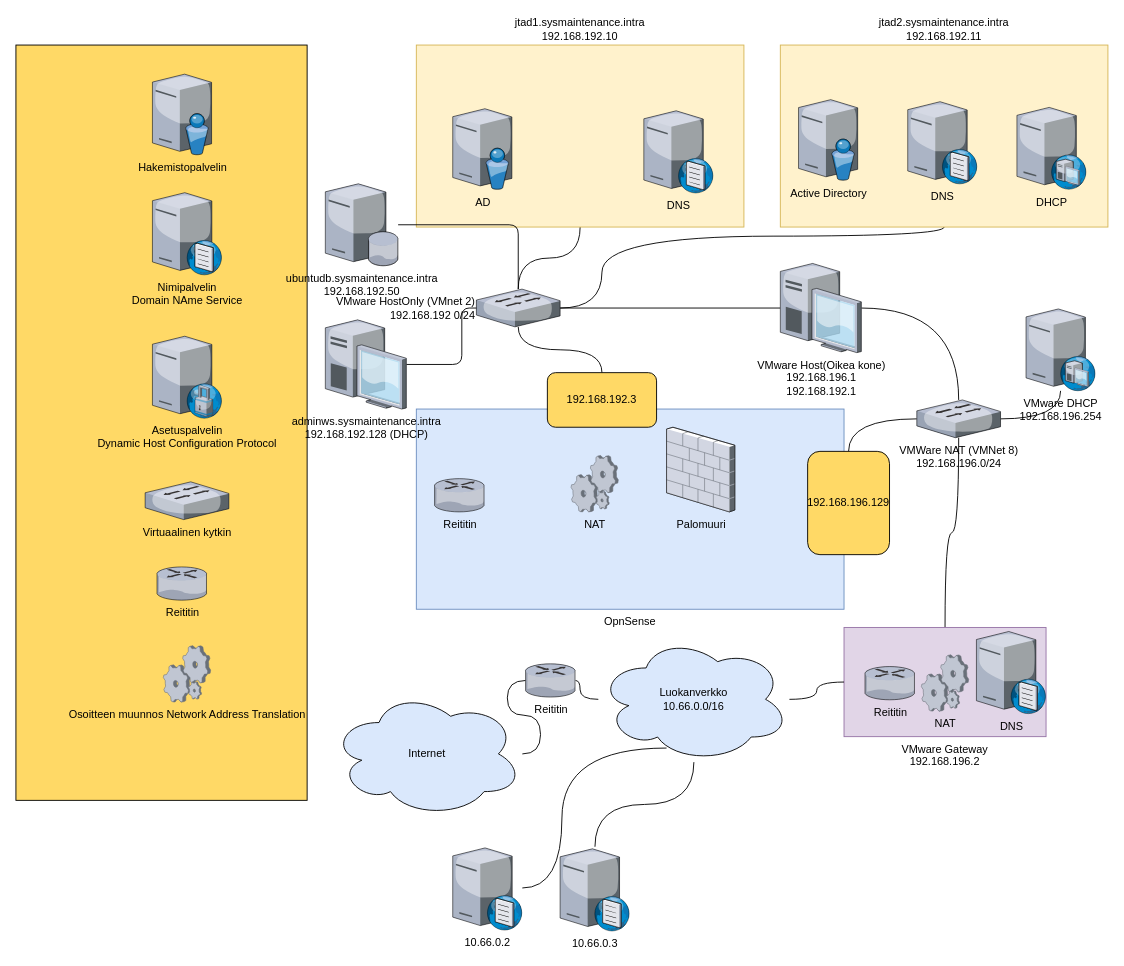
This is docs/pictures/Luokanverkko.drawio from TeroTuominen/Jtuki, a draw.io file, before an edit. Source tidied: cells renumbered, new cells numbered last; positions are measured from the earlier drawing's top-left corner, leaving out a move shared by most shapes. Both pictures are drawn from the tidied source at 91%, with x=0, y=0 at pixel (15, 45).
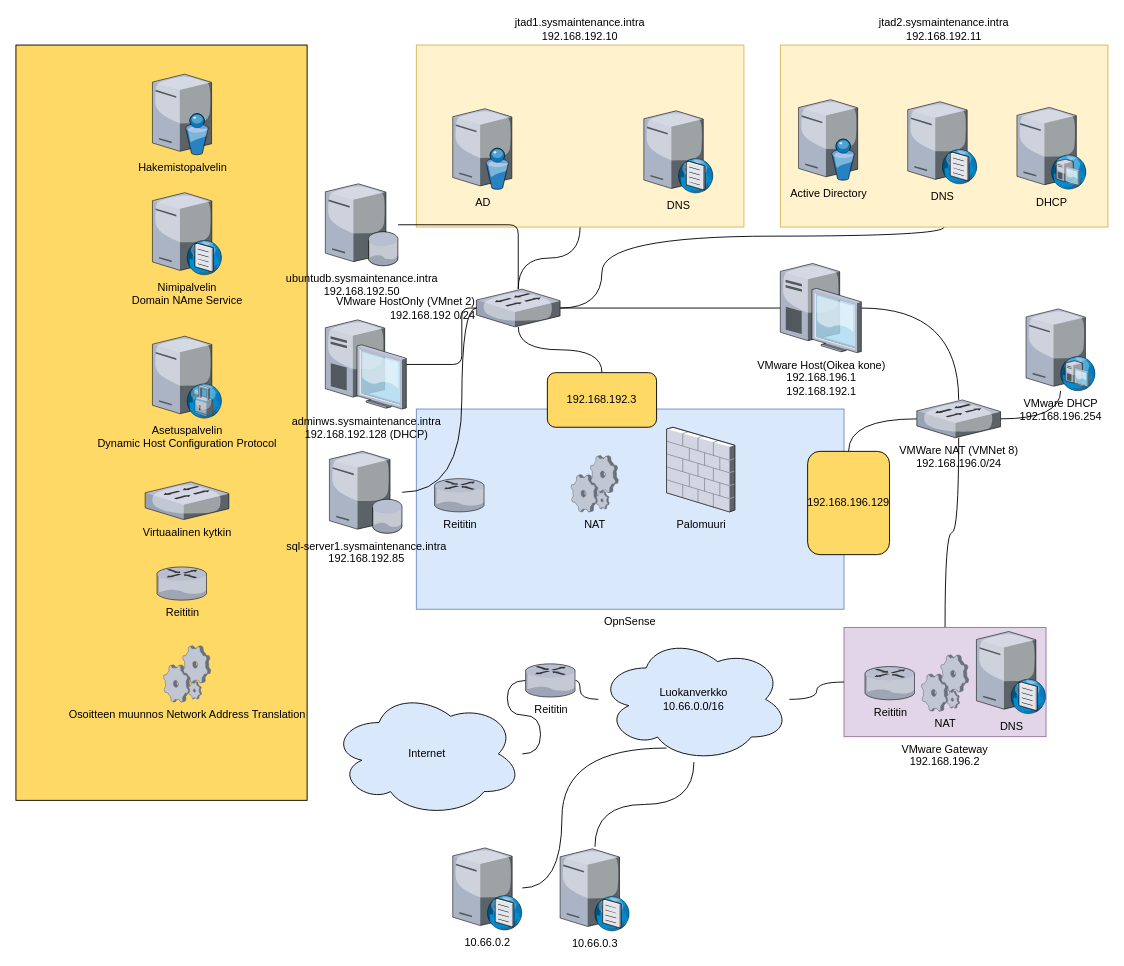
After the change.

Unchanged cells that the change refers to:
```xml
<mxCell id="23" value="VMware HostOnly (VMnet 2)&lt;br&gt;192.168.192 0/24" style="verticalLabelPosition=middle;sketch=0;html=1;verticalAlign=middle;strokeColor=none;align=right;outlineConnect=0;shape=mxgraph.citrix.switch;shadow=0;glass=0;fillColor=#FFD966;labelPosition=left;" parent="1" vertex="1">
  <mxGeometry x="506" y="268.2" width="92" height="41.5" as="geometry" />
</mxCell>
```

Diff of the diagram source:
```diff
@@
+    <mxCell id="53" style="edgeStyle=orthogonalEdgeStyle;jettySize=auto;html=1;curved=1;endArrow=none;endFill=0;" parent="1" edge="1" source="54" target="23">
+      <mxGeometry relative="1" as="geometry">
+        <Array as="points">
+          <mxPoint x="490" y="492" />
+          <mxPoint x="490" y="289" />
+        </Array>
+      </mxGeometry>
+    </mxCell>
+    <mxCell id="54" value="sql-server1.sysmaintenance.intra&lt;br&gt;192.168.192.85" style="verticalLabelPosition=bottom;sketch=0;html=1;verticalAlign=top;strokeColor=none;align=center;outlineConnect=0;shape=mxgraph.citrix.database_server;" parent="1" vertex="1">
+      <mxGeometry x="344.5" y="446.5" width="80" height="90" as="geometry" />
+    </mxCell>
```
